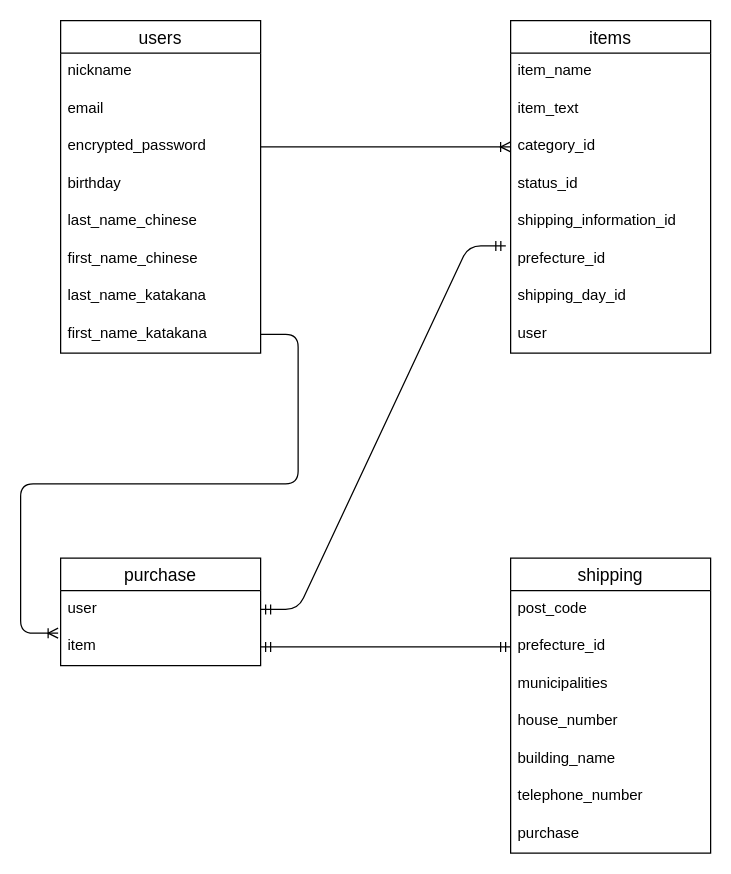
mirarukun/furima-37406 keeps this draw.io diagram as furimaER.dio. Above is the earlier version. Source tidied: cells renumbered, new cells numbered last; positions are measured from the earlier drawing's top-left corner, leaving out a move shared by most shapes. Both pictures are drawn from the tidied source at 125%, with x=0, y=0 at pixel (58, 20).
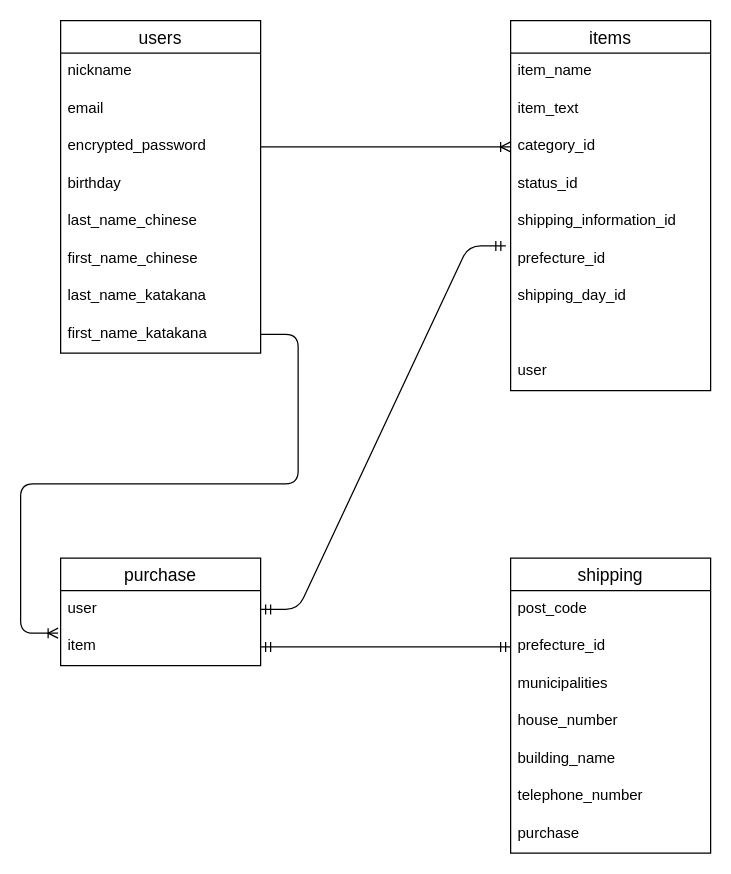
Above is the later version.

Commit message (it also covers changes not shown here):
商品の価格カラムの追加

What changed in the source:
```diff
@@
     <mxCell id="11" value="items" style="swimlane;fontStyle=0;horizontal=1;startSize=26;align=center;fontSize=14;" parent="1" vertex="1">
-      <mxGeometry x="362" width="160" height="266" as="geometry" />
+      <mxGeometry x="362" width="160" height="296" as="geometry" />
     </mxCell>
@@
+    <mxCell id="35" style="text;strokeColor=none;fillColor=none;spacingLeft=4;spacingRight=4;overflow=hidden;fontSize=12;" parent="11" vertex="1">
+      <mxGeometry y="236" width="160" height="30" as="geometry" />
+    </mxCell>
     <mxCell id="19" value="user" style="text;strokeColor=none;fillColor=none;spacingLeft=4;spacingRight=4;overflow=hidden;fontSize=12;" parent="11" vertex="1">
-      <mxGeometry y="236" width="160" height="30" as="geometry" />
+      <mxGeometry y="266" width="160" height="30" as="geometry" />
     </mxCell>
```
